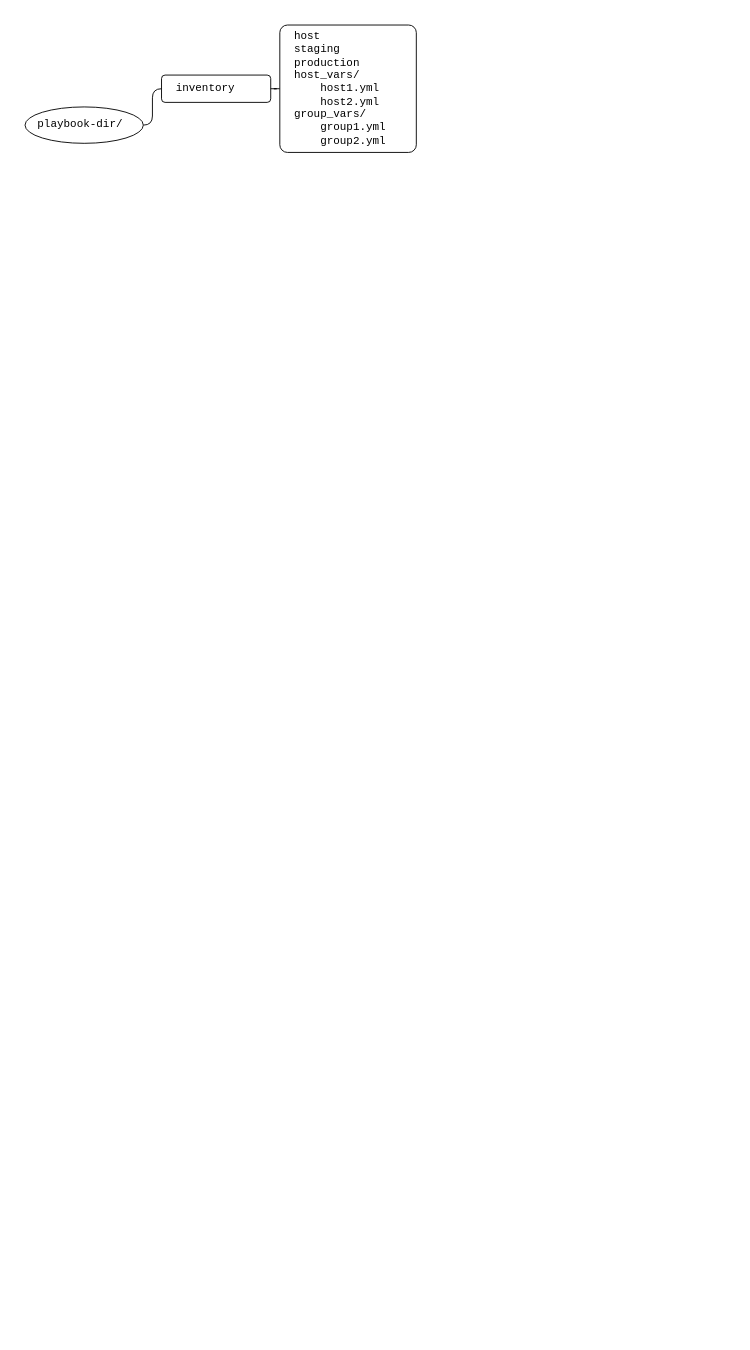
Before: page "playbook-structure" (2 of 4) of languages/python/ansible.drawio in yangdj/tf_docs, a draw.io diagram. Source tidied: cells renumbered, new cells numbered last; positions are measured from the earlier drawing's top-left corner, leaving out a move shared by most shapes. Both pictures are drawn from the tidied source at 91%, with x=0, y=0 at pixel (15, 15).
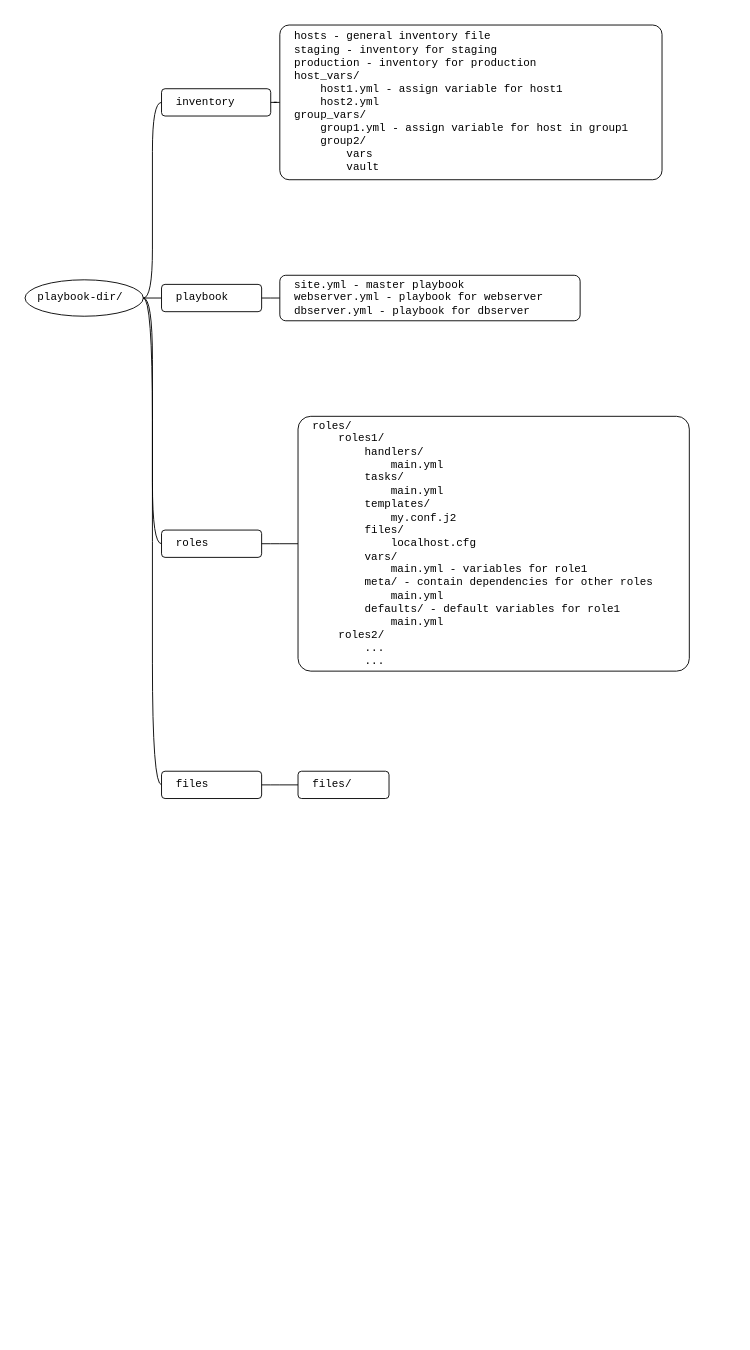
After the change.

The edit, as a diff of the source:
```diff
@@
 <mxGraphModel>
   <root>
     <mxCell id="0" />
     <mxCell id="1" parent="0" />
     <mxCell id="2" style="swimlane;html=1;startSize=20;horizontal=1;containerType=tree;strokeColor=none;fillColor=none;align=left;fontFamily=Courier New;spacingLeft=12;spacingTop=-1;" parent="1" vertex="1">
-      <mxGeometry width="570" height="280" as="geometry" />
+      <mxGeometry width="790" height="1450" as="geometry" />
     </mxCell>
     <mxCell id="3" style="edgeStyle=entityRelationEdgeStyle;startArrow=none;endArrow=none;segment=10;curved=1;align=left;fontFamily=Courier New;spacingLeft=12;spacingTop=-1;" parent="2" edge="1" source="4" target="5">
       <mxGeometry relative="1" as="geometry" />
     </mxCell>
     <mxCell id="4" value="playbook-dir/" style="ellipse;whiteSpace=wrap;html=1;align=left;newEdgeStyle={&quot;edgeStyle&quot;:&quot;entityRelationEdgeStyle&quot;,&quot;startArrow&quot;:&quot;none&quot;,&quot;endArrow&quot;:&quot;none&quot;,&quot;segment&quot;:10,&quot;curved&quot;:1};fontFamily=Courier New;spacingLeft=12;spacingTop=-1;" parent="2" vertex="1">
-      <mxGeometry x="10" y="100" width="130" height="40" as="geometry" />
+      <mxGeometry x="10" y="290" width="130" height="40" as="geometry" />
     </mxCell>
     <mxCell id="5" value="inventory" style="whiteSpace=wrap;html=1;rounded=1;arcSize=13;align=left;verticalAlign=middle;strokeWidth=1;spacing=4;newEdgeStyle={&quot;edgeStyle&quot;:&quot;entityRelationEdgeStyle&quot;,&quot;startArrow&quot;:&quot;none&quot;,&quot;endArrow&quot;:&quot;none&quot;,&quot;segment&quot;:10,&quot;curved&quot;:1};fontFamily=Courier New;spacingLeft=12;spacingTop=-1;" parent="2" vertex="1">
-      <mxGeometry x="160" y="65" width="120" height="30" as="geometry" />
+      <mxGeometry x="160" y="80" width="120" height="30" as="geometry" />
     </mxCell>
     <mxCell id="6" style="edgeStyle=entityRelationEdgeStyle;startArrow=none;endArrow=none;segment=10;curved=1;align=left;fontFamily=Courier New;spacingLeft=12;spacingTop=-1;" parent="2" edge="1" source="5" target="7">
       <mxGeometry relative="1" as="geometry" />
     </mxCell>
-    <mxCell id="7" value="host&lt;br&gt;staging&lt;br&gt;production&lt;br&gt;host_vars/&lt;br&gt;&amp;nbsp; &amp;nbsp; host1.yml&lt;br&gt;&amp;nbsp; &amp;nbsp; host2.yml&lt;br&gt;group_vars/&lt;br&gt;&amp;nbsp; &amp;nbsp; group1.yml&lt;br&gt;&amp;nbsp; &amp;nbsp; group2.yml" style="whiteSpace=wrap;html=1;rounded=1;arcSize=6;align=left;verticalAlign=middle;strokeWidth=1;spacing=4;newEdgeStyle={&quot;edgeStyle&quot;:&quot;entityRelationEdgeStyle&quot;,&quot;startArrow&quot;:&quot;none&quot;,&quot;endArrow&quot;:&quot;none&quot;,&quot;segment&quot;:10,&quot;curved&quot;:1};fontFamily=Courier New;spacingLeft=12;spacingTop=-1;" parent="2" vertex="1">
-      <mxGeometry x="290" y="10" width="150" height="140" as="geometry" />
+    <mxCell id="7" value="hosts - general inventory file&lt;br&gt;staging&amp;nbsp;- inventory for staging&lt;br&gt;production - inventory for production&lt;br&gt;host_vars/&lt;br&gt;&amp;nbsp; &amp;nbsp; host1.yml - assign variable for host1&lt;br&gt;&amp;nbsp; &amp;nbsp; host2.yml&lt;br&gt;group_vars/&lt;br&gt;&amp;nbsp; &amp;nbsp; group1.yml&amp;nbsp;- assign variable for host in group1&lt;br&gt;&amp;nbsp; &amp;nbsp; group2/&lt;br&gt;&amp;nbsp; &amp;nbsp; &amp;nbsp; &amp;nbsp; vars&lt;br&gt;&amp;nbsp; &amp;nbsp; &amp;nbsp; &amp;nbsp; vault" style="whiteSpace=wrap;html=1;rounded=1;arcSize=6;align=left;verticalAlign=middle;strokeWidth=1;spacing=4;newEdgeStyle={&quot;edgeStyle&quot;:&quot;entityRelationEdgeStyle&quot;,&quot;startArrow&quot;:&quot;none&quot;,&quot;endArrow&quot;:&quot;none&quot;,&quot;segment&quot;:10,&quot;curved&quot;:1};fontFamily=Courier New;spacingLeft=12;spacingTop=-1;" parent="2" vertex="1">
+      <mxGeometry x="290" y="10" width="420" height="170" as="geometry" />
     </mxCell>
+    <mxCell id="8" style="edgeStyle=entityRelationEdgeStyle;startArrow=none;endArrow=none;segment=10;curved=1;align=left;fontFamily=Courier New;spacingLeft=12;spacingTop=-1;" parent="2" edge="1" source="4" target="9">
+      <mxGeometry relative="1" as="geometry" />
+    </mxCell>
+    <mxCell id="9" value="playbook" style="whiteSpace=wrap;html=1;rounded=1;arcSize=13;align=left;verticalAlign=middle;strokeWidth=1;spacing=4;newEdgeStyle={&quot;edgeStyle&quot;:&quot;entityRelationEdgeStyle&quot;,&quot;startArrow&quot;:&quot;none&quot;,&quot;endArrow&quot;:&quot;none&quot;,&quot;segment&quot;:10,&quot;curved&quot;:1};fontFamily=Courier New;spacingLeft=12;spacingTop=-1;" parent="2" vertex="1">
+      <mxGeometry x="160" y="295" width="110" height="30" as="geometry" />
+    </mxCell>
+    <mxCell id="10" style="edgeStyle=entityRelationEdgeStyle;startArrow=none;endArrow=none;segment=10;curved=1;align=left;fontFamily=Courier New;spacingLeft=12;spacingTop=-1;" parent="2" edge="1" source="9" target="11">
+      <mxGeometry relative="1" as="geometry" />
+    </mxCell>
+    <mxCell id="11" value="site.yml - master playbook&lt;br&gt;webserver.yml - playbook for webserver&lt;br&gt;dbserver.yml&amp;nbsp;- playbook for dbserver" style="whiteSpace=wrap;html=1;rounded=1;arcSize=13;align=left;verticalAlign=middle;strokeWidth=1;spacing=4;newEdgeStyle={&quot;edgeStyle&quot;:&quot;entityRelationEdgeStyle&quot;,&quot;startArrow&quot;:&quot;none&quot;,&quot;endArrow&quot;:&quot;none&quot;,&quot;segment&quot;:10,&quot;curved&quot;:1};fontFamily=Courier New;spacingLeft=12;spacingTop=-1;" parent="2" vertex="1">
+      <mxGeometry x="290" y="285" width="330" height="50" as="geometry" />
+    </mxCell>
+    <mxCell id="12" style="edgeStyle=entityRelationEdgeStyle;startArrow=none;endArrow=none;segment=10;curved=1;align=left;fontFamily=Courier New;spacingLeft=12;spacingTop=-1;" parent="2" edge="1" source="4" target="13">
+      <mxGeometry relative="1" as="geometry" />
+    </mxCell>
+    <mxCell id="13" value="roles" style="whiteSpace=wrap;html=1;rounded=1;arcSize=13;align=left;verticalAlign=middle;strokeWidth=1;spacing=4;newEdgeStyle={&quot;edgeStyle&quot;:&quot;entityRelationEdgeStyle&quot;,&quot;startArrow&quot;:&quot;none&quot;,&quot;endArrow&quot;:&quot;none&quot;,&quot;segment&quot;:10,&quot;curved&quot;:1};fontFamily=Courier New;spacingLeft=12;spacingTop=-1;" parent="2" vertex="1">
+      <mxGeometry x="160" y="565" width="110" height="30" as="geometry" />
+    </mxCell>
+    <mxCell id="14" style="edgeStyle=entityRelationEdgeStyle;startArrow=none;endArrow=none;segment=10;curved=1;align=left;fontFamily=Courier New;spacingLeft=12;spacingTop=-1;" parent="2" edge="1" source="13" target="15">
+      <mxGeometry relative="1" as="geometry" />
+    </mxCell>
+    <mxCell id="15" value="roles/&lt;br&gt;&amp;nbsp; &amp;nbsp; roles1/&lt;br&gt;&amp;nbsp; &amp;nbsp; &amp;nbsp; &amp;nbsp; handlers/&lt;br&gt;&amp;nbsp; &amp;nbsp; &amp;nbsp; &amp;nbsp; &amp;nbsp; &amp;nbsp; main.yml&lt;br&gt;&amp;nbsp; &amp;nbsp; &amp;nbsp; &amp;nbsp; tasks/&lt;br&gt;&amp;nbsp; &amp;nbsp; &amp;nbsp; &amp;nbsp; &amp;nbsp; &amp;nbsp; main.yml&lt;br&gt;&amp;nbsp; &amp;nbsp; &amp;nbsp; &amp;nbsp; templates/&lt;br&gt;&amp;nbsp; &amp;nbsp; &amp;nbsp; &amp;nbsp; &amp;nbsp; &amp;nbsp; my.conf.j2&lt;br&gt;&amp;nbsp; &amp;nbsp; &amp;nbsp; &amp;nbsp; files/&lt;br&gt;&amp;nbsp; &amp;nbsp; &amp;nbsp; &amp;nbsp; &amp;nbsp; &amp;nbsp; localhost.cfg&lt;br&gt;&amp;nbsp; &amp;nbsp; &amp;nbsp; &amp;nbsp; vars/&lt;br&gt;&amp;nbsp; &amp;nbsp; &amp;nbsp; &amp;nbsp; &amp;nbsp; &amp;nbsp; main.yml - variables for role1&lt;br&gt;&amp;nbsp; &amp;nbsp; &amp;nbsp; &amp;nbsp; meta/ - contain dependencies for other roles&lt;br&gt;&amp;nbsp; &amp;nbsp; &amp;nbsp; &amp;nbsp; &amp;nbsp; &amp;nbsp; main.yml&lt;br&gt;&amp;nbsp; &amp;nbsp; &amp;nbsp; &amp;nbsp; defaults/ - default variables for role1&lt;br&gt;&amp;nbsp; &amp;nbsp; &amp;nbsp; &amp;nbsp; &amp;nbsp; &amp;nbsp; main.yml&lt;br&gt;&amp;nbsp; &amp;nbsp; roles2/&lt;br&gt;&amp;nbsp; &amp;nbsp; &amp;nbsp; &amp;nbsp; ...&lt;br&gt;&amp;nbsp; &amp;nbsp; &amp;nbsp; &amp;nbsp; ..." style="whiteSpace=wrap;html=1;rounded=1;arcSize=5;align=left;verticalAlign=middle;strokeWidth=1;spacing=4;newEdgeStyle={&quot;edgeStyle&quot;:&quot;entityRelationEdgeStyle&quot;,&quot;startArrow&quot;:&quot;none&quot;,&quot;endArrow&quot;:&quot;none&quot;,&quot;segment&quot;:10,&quot;curved&quot;:1};fontFamily=Courier New;spacingLeft=12;spacingTop=-1;" parent="2" vertex="1">
+      <mxGeometry x="310" y="440" width="430" height="280" as="geometry" />
+    </mxCell>
+    <mxCell id="16" style="edgeStyle=entityRelationEdgeStyle;startArrow=none;endArrow=none;segment=10;curved=1;align=left;fontFamily=Courier New;spacingLeft=12;spacingTop=-1;" parent="2" edge="1" source="4" target="17">
+      <mxGeometry relative="1" as="geometry" />
+    </mxCell>
+    <mxCell id="17" value="files" style="whiteSpace=wrap;html=1;rounded=1;arcSize=13;align=left;verticalAlign=middle;strokeWidth=1;spacing=4;newEdgeStyle={&quot;edgeStyle&quot;:&quot;entityRelationEdgeStyle&quot;,&quot;startArrow&quot;:&quot;none&quot;,&quot;endArrow&quot;:&quot;none&quot;,&quot;segment&quot;:10,&quot;curved&quot;:1};fontFamily=Courier New;spacingLeft=12;spacingTop=-1;" parent="2" vertex="1">
+      <mxGeometry x="160" y="830" width="110" height="30" as="geometry" />
+    </mxCell>
+    <mxCell id="18" style="edgeStyle=entityRelationEdgeStyle;startArrow=none;endArrow=none;segment=10;curved=1;align=left;fontFamily=Courier New;spacingLeft=12;spacingTop=-1;" parent="2" edge="1" source="17" target="19">
+      <mxGeometry relative="1" as="geometry" />
+    </mxCell>
+    <mxCell id="19" value="files/" style="whiteSpace=wrap;html=1;rounded=1;arcSize=13;align=left;verticalAlign=middle;strokeWidth=1;spacing=4;newEdgeStyle={&quot;edgeStyle&quot;:&quot;entityRelationEdgeStyle&quot;,&quot;startArrow&quot;:&quot;none&quot;,&quot;endArrow&quot;:&quot;none&quot;,&quot;segment&quot;:10,&quot;curved&quot;:1};fontFamily=Courier New;spacingLeft=12;spacingTop=-1;" parent="2" vertex="1">
+      <mxGeometry x="310" y="830" width="100" height="30" as="geometry" />
+    </mxCell>
   </root>
 </mxGraphModel>
```
